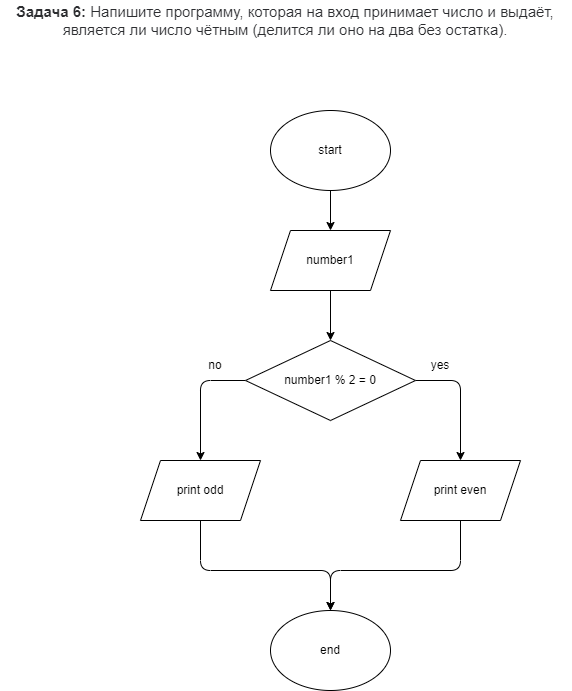
The draw.io diagram Homework1/Task6/diagram.drawio.png in Matsulevich-Olga/gb_homeworks_matsulevich, before a commit. Source tidied: cells renumbered, new cells last; positions are measured from the earlier drawing's top-left corner, leaving out a move shared by most shapes.
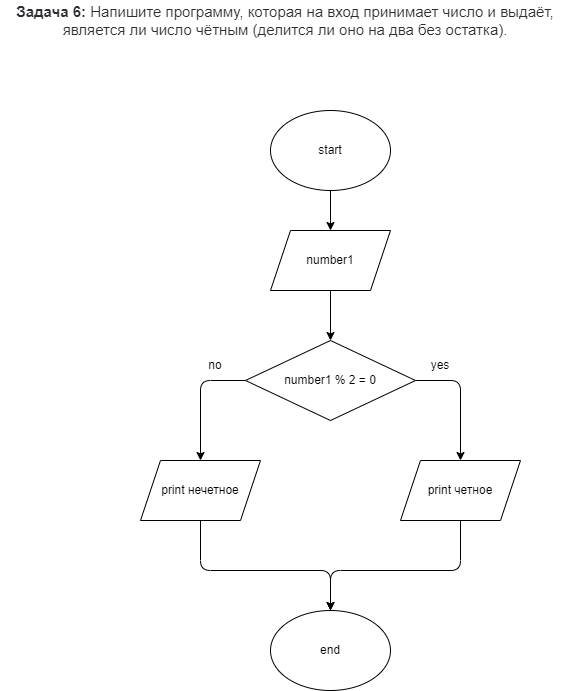
After the commit.

What changed in the source:
```diff
@@ -42,7 +42,7 @@
         </Array>
       </mxGeometry>
     </mxCell>
-    <mxCell id="11" value="print even" style="shape=parallelogram;perimeter=parallelogramPerimeter;whiteSpace=wrap;html=1;fixedSize=1;" parent="1" vertex="1">
+    <mxCell id="11" value="print четное" style="shape=parallelogram;perimeter=parallelogramPerimeter;whiteSpace=wrap;html=1;fixedSize=1;" parent="1" vertex="1">
       <mxGeometry x="400" y="460" width="120" height="60" as="geometry" />
     </mxCell>
     <mxCell id="12" style="edgeStyle=none;html=1;entryX=0.5;entryY=0;entryDx=0;entryDy=0;exitX=0.5;exitY=1;exitDx=0;exitDy=0;" parent="1" edge="1" source="13" target="16">
@@ -53,7 +53,7 @@
         </Array>
       </mxGeometry>
     </mxCell>
-    <mxCell id="13" value="print odd" style="shape=parallelogram;perimeter=parallelogramPerimeter;whiteSpace=wrap;html=1;fixedSize=1;" parent="1" vertex="1">
+    <mxCell id="13" value="print нечетное" style="shape=parallelogram;perimeter=parallelogramPerimeter;whiteSpace=wrap;html=1;fixedSize=1;" parent="1" vertex="1">
       <mxGeometry x="140" y="460" width="120" height="60" as="geometry" />
     </mxCell>
     <mxCell id="14" value="yes" style="text;html=1;strokeColor=none;fillColor=none;align=center;verticalAlign=middle;whiteSpace=wrap;rounded=0;" parent="1" vertex="1">
```
